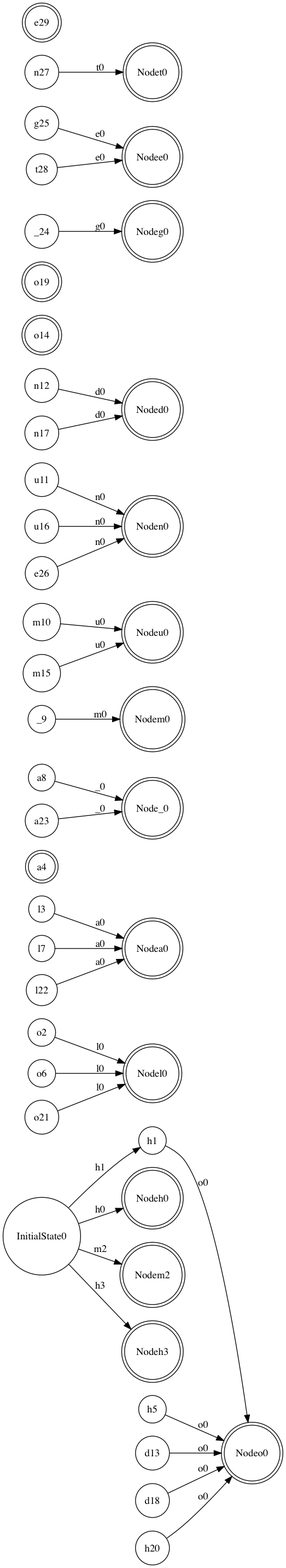
Earlier version of the Graphviz export nfa.png (NicolasMoreno/MateDiscreta). Its source is kept beside it as nfa.dot.
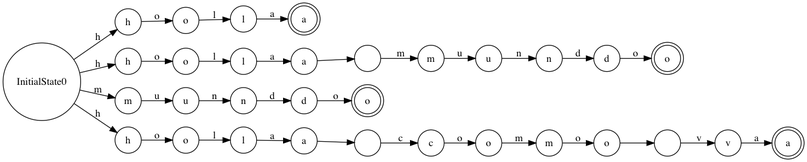
Above is the later version.

Change to the diagram source:
```diff
@@ -1,62 +1,66 @@
 digraph {
 	 rankdir = "LR";
-	 node [shape=circle] NodeInitialState0 [label ="InitialState0"];
-	 node [shape=circle] Nodeh1 [label ="h1"];
-	 node [shape=circle] Nodeo2 [label ="o2"];
-	 node [shape=circle] Nodel3 [label ="l3"];
-	 node [shape=doublecircle] Nodea4 [label ="a4"];
-	 node [shape=circle] Nodeh5 [label ="h5"];
-	 node [shape=circle] Nodeo6 [label ="o6"];
-	 node [shape=circle] Nodel7 [label ="l7"];
-	 node [shape=circle] Nodea8 [label ="a8"];
-	 node [shape=circle] Node_9 [label ="_9"];
-	 node [shape=circle] Nodem10 [label ="m10"];
-	 node [shape=circle] Nodeu11 [label ="u11"];
-	 node [shape=circle] Noden12 [label ="n12"];
-	 node [shape=circle] Noded13 [label ="d13"];
-	 node [shape=doublecircle] Nodeo14 [label ="o14"];
-	 node [shape=circle] Nodem15 [label ="m15"];
-	 node [shape=circle] Nodeu16 [label ="u16"];
-	 node [shape=circle] Noden17 [label ="n17"];
-	 node [shape=circle] Noded18 [label ="d18"];
-	 node [shape=doublecircle] Nodeo19 [label ="o19"];
-	 node [shape=circle] Nodeh20 [label ="h20"];
-	 node [shape=circle] Nodeo21 [label ="o21"];
-	 node [shape=circle] Nodel22 [label ="l22"];
-	 node [shape=circle] Nodea23 [label ="a23"];
-	 node [shape=circle] Node_24 [label ="_24"];
-	 node [shape=circle] Nodeg25 [label ="g25"];
-	 node [shape=circle] Nodee26 [label ="e26"];
-	 node [shape=circle] Noden27 [label ="n27"];
-	 node [shape=circle] Nodet28 [label ="t28"];
-	 node [shape=doublecircle] Nodee29 [label ="e29"];
-	 NodeInitialState0 -> Nodeh0[label="h0"];
-	 NodeInitialState0 -> Nodeh1[label="h1"];
-	 NodeInitialState0 -> Nodem2[label="m2"];
-	 NodeInitialState0 -> Nodeh3[label="h3"];
-	 Nodeh1 -> Nodeo0[label="o0"];
-	 Nodeo2 -> Nodel0[label="l0"];
-	 Nodel3 -> Nodea0[label="a0"];
-	 Nodeh5 -> Nodeo0[label="o0"];
-	 Nodeo6 -> Nodel0[label="l0"];
-	 Nodel7 -> Nodea0[label="a0"];
-	 Nodea8 -> Node_0[label="_0"];
-	 Node_9 -> Nodem0[label="m0"];
-	 Nodem10 -> Nodeu0[label="u0"];
-	 Nodeu11 -> Noden0[label="n0"];
-	 Noden12 -> Noded0[label="d0"];
-	 Noded13 -> Nodeo0[label="o0"];
-	 Nodem15 -> Nodeu0[label="u0"];
-	 Nodeu16 -> Noden0[label="n0"];
-	 Noden17 -> Noded0[label="d0"];
-	 Noded18 -> Nodeo0[label="o0"];
-	 Nodeh20 -> Nodeo0[label="o0"];
-	 Nodeo21 -> Nodel0[label="l0"];
-	 Nodel22 -> Nodea0[label="a0"];
-	 Nodea23 -> Node_0[label="_0"];
-	 Node_24 -> Nodeg0[label="g0"];
-	 Nodeg25 -> Nodee0[label="e0"];
-	 Nodee26 -> Noden0[label="n0"];
-	 Noden27 -> Nodet0[label="t0"];
-	 Nodet28 -> Nodee0[label="e0"];
+	 node [shape=circle] InitialState0;
+	 node [shape=circle] h0 [label ="h"];
+	 InitialState0 -> h0[label="h"];
+	 node [shape=circle] o0 [label ="o"];
+	 h0 -> o0[label="o"];
+	 node [shape=circle] l0 [label ="l"];
+	 o0 -> l0[label="l"];
+	 node [shape= doublecircle] a0 [label ="a"];
+	 l0 -> a0[label="a"];
+	 node [shape=circle] h1 [label ="h"];
+	 InitialState0 -> h1[label="h"];
+	 node [shape=circle] o1 [label ="o"];
+	 h1 -> o1[label="o"];
+	 node [shape=circle] l1 [label ="l"];
+	 o1 -> l1[label="l"];
+	 node [shape=circle] a1 [label ="a"];
+	 l1 -> a1[label="a"];
+	 node [shape=circle] _0 [label =" "];
+	 a1 -> _0[label=" "];
+	 node [shape=circle] m0 [label ="m"];
+	 _0 -> m0[label="m"];
+	 node [shape=circle] u0 [label ="u"];
+	 m0 -> u0[label="u"];
+	 node [shape=circle] n0 [label ="n"];
+	 u0 -> n0[label="n"];
+	 node [shape=circle] d0 [label ="d"];
+	 n0 -> d0[label="d"];
+	 node [shape= doublecircle] o2 [label ="o"];
+	 d0 -> o2[label="o"];
+	 node [shape=circle] m1 [label ="m"];
+	 InitialState0 -> m1[label="m"];
+	 node [shape=circle] u1 [label ="u"];
+	 m1 -> u1[label="u"];
+	 node [shape=circle] n1 [label ="n"];
+	 u1 -> n1[label="n"];
+	 node [shape=circle] d1 [label ="d"];
+	 n1 -> d1[label="d"];
+	 node [shape= doublecircle] o3 [label ="o"];
+	 d1 -> o3[label="o"];
+	 node [shape=circle] h2 [label ="h"];
+	 InitialState0 -> h2[label="h"];
+	 node [shape=circle] o4 [label ="o"];
+	 h2 -> o4[label="o"];
+	 node [shape=circle] l2 [label ="l"];
+	 o4 -> l2[label="l"];
+	 node [shape=circle] a2 [label ="a"];
+	 l2 -> a2[label="a"];
+	 node [shape=circle] _1 [label =" "];
+	 a2 -> _1[label=" "];
+	 node [shape=circle] c0 [label ="c"];
+	 _1 -> c0[label="c"];
+	 node [shape=circle] o5 [label ="o"];
+	 c0 -> o5[label="o"];
+	 node [shape=circle] m2 [label ="m"];
+	 o5 -> m2[label="m"];
+	 node [shape=circle] o6 [label ="o"];
+	 m2 -> o6[label="o"];
+	 node [shape=circle] _2 [label =" "];
+	 o6 -> _2[label=" "];
+	 node [shape=circle] v0 [label ="v"];
+	 _2 -> v0[label="v"];
+	 node [shape= doublecircle] a3 [label ="a"];
+	 v0 -> a3[label="a"];
 }
```
